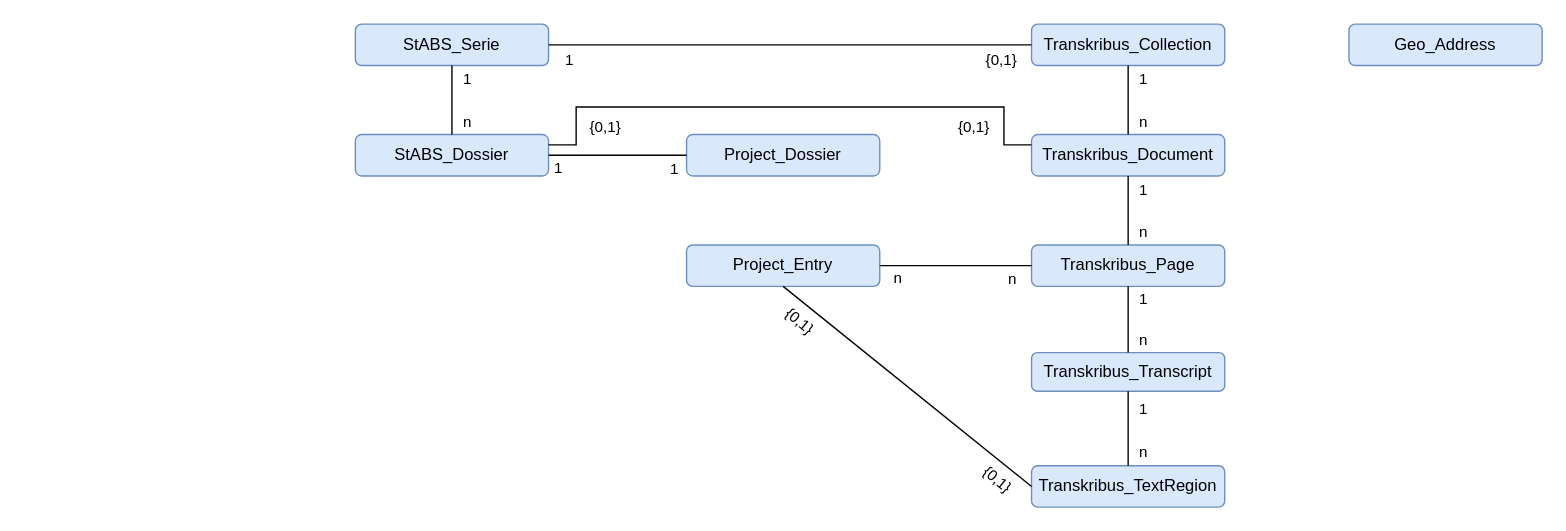
Before: entityRelations.drawio in history-unibas/Postgresql-Project-Database, a draw.io diagram. Source tidied: cells renumbered, new cells numbered last; positions are measured from the earlier drawing's top-left corner, leaving out a move shared by most shapes. Both pictures are drawn from the tidied source at 138%, with x=0, y=0 at pixel (355, 23).
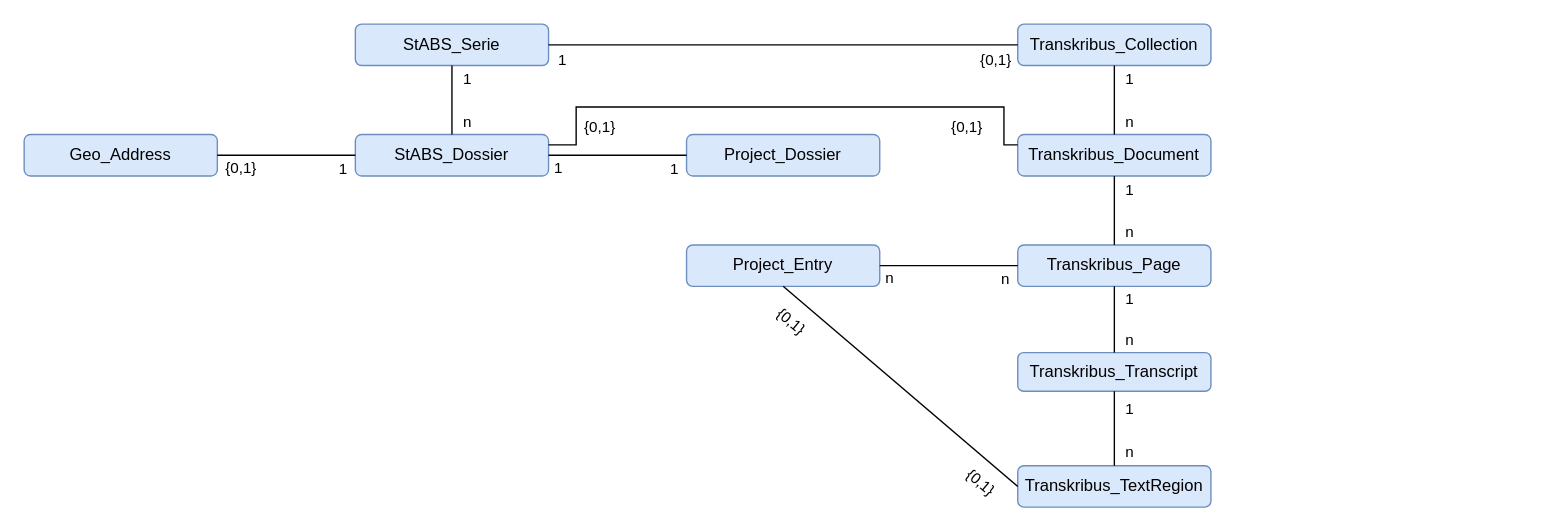
After the change.

The change refers to these unchanged cells:
```xml
<mxCell id="3" value="StABS_Dossier" style="rounded=1;whiteSpace=wrap;html=1;fillColor=#dae8fc;strokeColor=#6c8ebf;" parent="1" vertex="1">
  <mxGeometry y="80" width="140" height="30" as="geometry" />
</mxCell>
<mxCell id="34" style="endArrow=none;html=1;rounded=0;entryX=0;entryY=0.5;entryDx=0;entryDy=0;exitX=0.5;exitY=1;exitDx=0;exitDy=0;" parent="1" edge="1" source="30" target="8">
  <mxGeometry relative="1" as="geometry" />
</mxCell>
```

Change to the diagram source:
```diff
@@
     <mxCell id="4" value="Transkribus_Collection" style="rounded=1;whiteSpace=wrap;html=1;fillColor=#dae8fc;strokeColor=#6c8ebf;" parent="1" vertex="1">
-      <mxGeometry x="490" width="140" height="30" as="geometry" />
+      <mxGeometry x="480" width="140" height="30" as="geometry" />
     </mxCell>
     <mxCell id="5" value="Transkribus_Document" style="rounded=1;whiteSpace=wrap;html=1;fillColor=#dae8fc;strokeColor=#6c8ebf;" parent="1" vertex="1">
-      <mxGeometry x="490" y="80" width="140" height="30" as="geometry" />
+      <mxGeometry x="480" y="80" width="140" height="30" as="geometry" />
     </mxCell>
     <mxCell id="6" value="Transkribus_Page" style="rounded=1;whiteSpace=wrap;html=1;fillColor=#dae8fc;strokeColor=#6c8ebf;" parent="1" vertex="1">
-      <mxGeometry x="490" y="160" width="140" height="30" as="geometry" />
+      <mxGeometry x="480" y="160" width="140" height="30" as="geometry" />
     </mxCell>
     <mxCell id="7" value="Transkribus_Transcript" style="rounded=1;whiteSpace=wrap;html=1;fillColor=#dae8fc;strokeColor=#6c8ebf;" parent="1" vertex="1">
-      <mxGeometry x="490" y="238" width="140" height="28" as="geometry" />
+      <mxGeometry x="480" y="238" width="140" height="28" as="geometry" />
     </mxCell>
     <mxCell id="8" value="Transkribus_TextRegion" style="rounded=1;whiteSpace=wrap;html=1;fillColor=#dae8fc;strokeColor=#6c8ebf;" parent="1" vertex="1">
-      <mxGeometry x="490" y="320" width="140" height="30" as="geometry" />
+      <mxGeometry x="480" y="320" width="140" height="30" as="geometry" />
     </mxCell>
@@
     <mxCell id="36" value="{0,1}" style="edgeLabel;html=1;align=center;verticalAlign=middle;rotation=40;" parent="34" vertex="1">
       <mxGeometry relative="1" as="geometry">
-        <mxPoint x="65" y="67" as="offset" />
+        <mxPoint x="58" y="69" as="offset" />
       </mxGeometry>
     </mxCell>
     <mxCell id="37" value="Geo_Address" style="rounded=1;whiteSpace=wrap;html=1;fillColor=#dae8fc;strokeColor=#6c8ebf;" parent="1" vertex="1">
-      <mxGeometry x="720" width="140" height="30" as="geometry" />
+      <mxGeometry x="-240" y="80" width="140" height="30" as="geometry" />
     </mxCell>
@@
+    <mxCell id="42" style="endArrow=none;html=1;rounded=0;entryX=0;entryY=0.5;entryDx=0;entryDy=0;exitX=1;exitY=0.5;exitDx=0;exitDy=0;" parent="1" edge="1" source="37" target="3">
+      <mxGeometry relative="1" as="geometry" />
+    </mxCell>
+    <mxCell id="43" value="{0,1}" style="edgeLabel;html=1;align=center;verticalAlign=middle;" parent="42" vertex="1">
+      <mxGeometry x="0.23" y="2" relative="1" as="geometry">
+        <mxPoint x="-46" y="10" as="offset" />
+      </mxGeometry>
+    </mxCell>
+    <mxCell id="44" value="1" style="edgeLabel;html=1;align=center;verticalAlign=middle;" parent="42" vertex="1">
+      <mxGeometry relative="1" as="geometry">
+        <mxPoint x="40" y="9" as="offset" />
+      </mxGeometry>
+    </mxCell>
```
